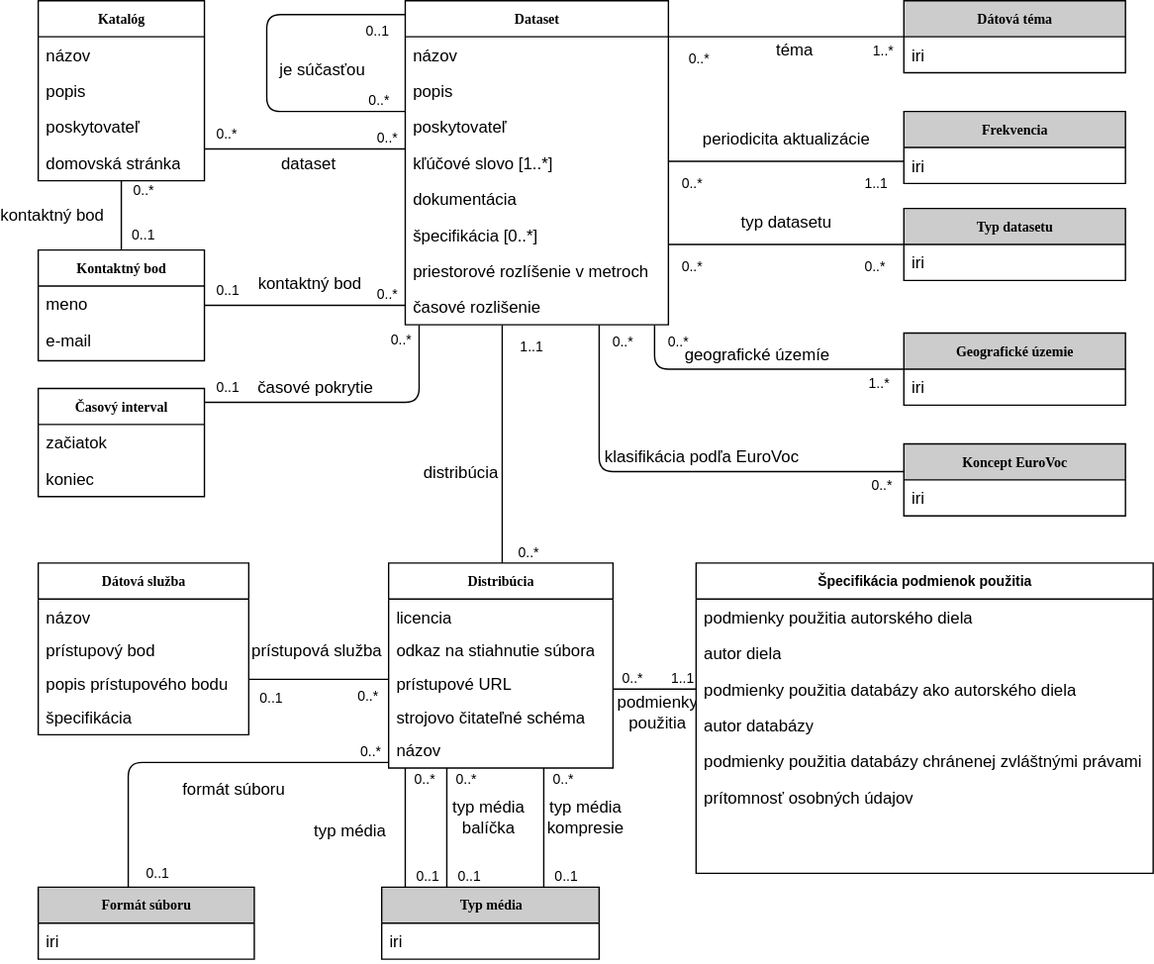
This is dcat-ap-sk-2.0.svg from datova-kancelaria/dcat-ap-sk-2.0, a draw.io export, as it was before one commit. Source tidied: cells renumbered, new cells last; positions are measured from the earlier drawing's top-left corner, leaving out a move shared by most shapes.
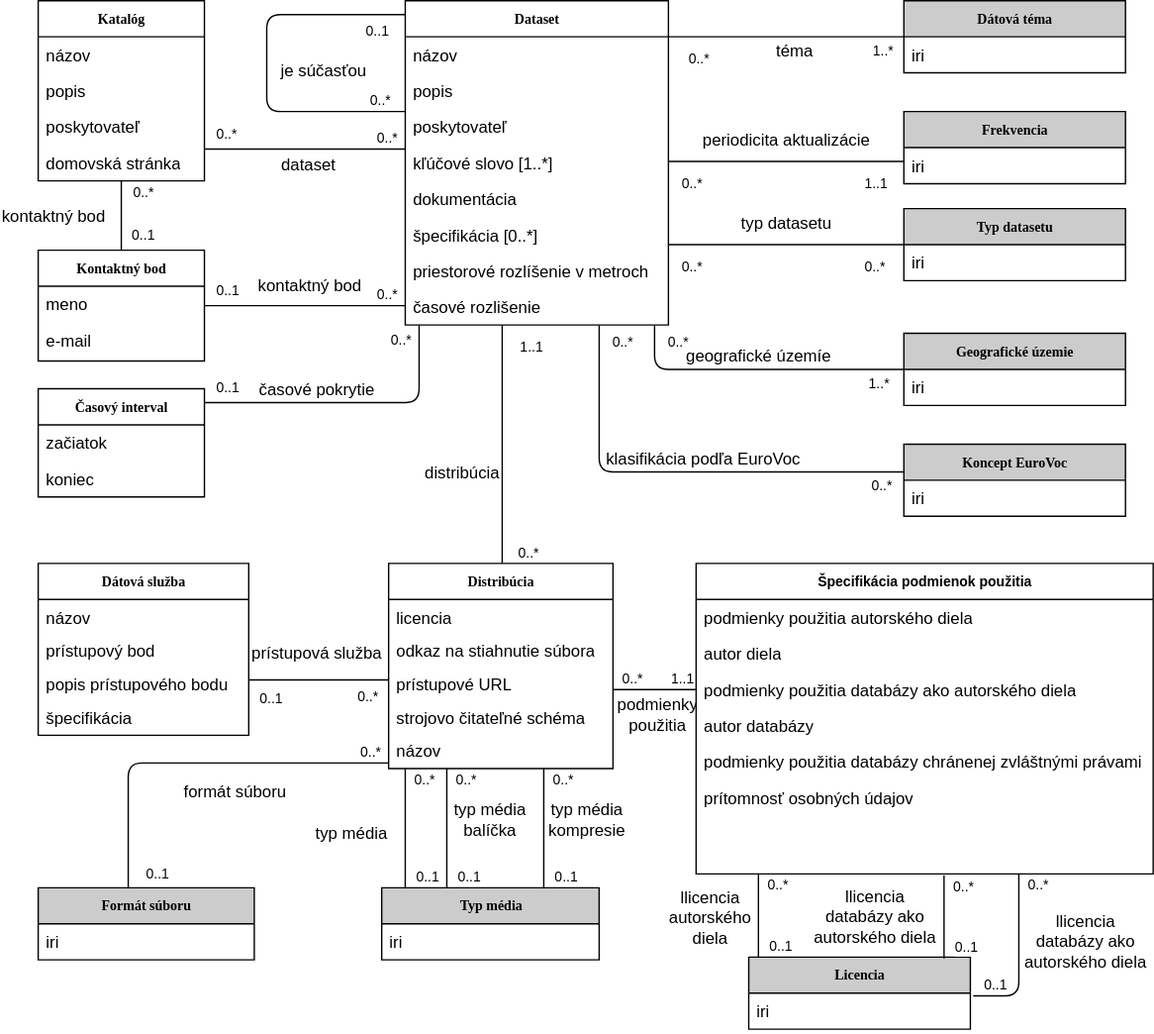
The same diagram one commit later.

Commit message:
Dokoncenie DCAT-AP-SK-2.0.1

The edit, as a diff of the source:
```diff
@@ -575,5 +575,115 @@
         <mxPoint x="-17" y="-13" as="offset" />
       </mxGeometry>
     </mxCell>
+    <mxCell id="129" value="&lt;b&gt;Licencia&lt;/b&gt;" style="swimlane;html=1;fontStyle=0;horizontal=1;startSize=26;fillColor=#CCCCCC;swimlaneFillColor=#ffffff;rounded=0;shadow=0;comic=0;labelBackgroundColor=none;strokeColor=#000000;strokeWidth=1;fontFamily=Verdana;fontSize=10;fontColor=#000000;align=center;" parent="1" vertex="1">
+      <mxGeometry x="513" y="690" width="160" height="52" as="geometry" />
+    </mxCell>
+    <mxCell id="130" value="iri" style="text;html=1;strokeColor=none;fillColor=none;align=left;verticalAlign=top;spacingLeft=4;spacingRight=4;whiteSpace=wrap;overflow=hidden;" parent="129" vertex="1">
+      <mxGeometry y="26" width="160" height="26" as="geometry" />
+    </mxCell>
+    <mxCell id="131" style="endArrow=none;html=1;edgeStyle=orthogonalEdgeStyle;strokeColor=#000000;endSize=5;" parent="1" edge="1">
+      <mxGeometry relative="1" as="geometry">
+        <mxPoint x="520" y="630" as="sourcePoint" />
+        <mxPoint x="520" y="690" as="targetPoint" />
+        <Array as="points">
+          <mxPoint x="520" y="660" />
+          <mxPoint x="520" y="660" />
+        </Array>
+      </mxGeometry>
+    </mxCell>
+    <mxCell id="132" value="&lt;font color=&quot;#ff0000&quot;&gt;0..*&lt;/font&gt;" style="html=1;align=left;verticalAlign=bottom;labelBackgroundColor=#ffffff;fontSize=10;" parent="131" vertex="1">
+      <mxGeometry x="-1" relative="1" as="geometry">
+        <mxPoint x="5" y="16" as="offset" />
+      </mxGeometry>
+    </mxCell>
+    <mxCell id="133" value="&lt;font color=&quot;#ff0000&quot;&gt;0..1&lt;/font&gt;" style="html=1;align=right;verticalAlign=bottom;labelBackgroundColor=#ffffff;fontSize=10;" parent="131" vertex="1">
+      <mxGeometry x="1" relative="1" as="geometry">
+        <mxPoint x="25" as="offset" />
+      </mxGeometry>
+    </mxCell>
+    <mxCell id="134" value="llicencia &lt;br&gt;autorského &lt;br&gt;diela" style="text;html=1;align=center;verticalAlign=middle;labelBackgroundColor=#ffffff;fontColor=#000000;" parent="131" vertex="1">
+      <mxGeometry x="-0.19" y="-3" relative="1" as="geometry">
+        <mxPoint x="-33" y="7" as="offset" />
+      </mxGeometry>
+    </mxCell>
+    <mxCell id="135" value="&lt;font&gt;0..*&lt;/font&gt;" style="html=1;align=left;verticalAlign=bottom;labelBackgroundColor=#ffffff;fontSize=10;fontColor=#000000;" parent="131" vertex="1">
+      <mxGeometry x="-1" relative="1" as="geometry">
+        <mxPoint x="5" y="16" as="offset" />
+      </mxGeometry>
+    </mxCell>
+    <mxCell id="136" value="&lt;font&gt;0..1&lt;/font&gt;" style="html=1;align=right;verticalAlign=bottom;labelBackgroundColor=#ffffff;fontSize=10;fontColor=#000000;" parent="131" vertex="1">
+      <mxGeometry x="1" relative="1" as="geometry">
+        <mxPoint x="25" as="offset" />
+      </mxGeometry>
+    </mxCell>
+    <mxCell id="137" style="endArrow=none;html=1;edgeStyle=orthogonalEdgeStyle;strokeColor=#000000;endSize=5;" parent="1" edge="1">
+      <mxGeometry relative="1" as="geometry">
+        <mxPoint x="654" y="631" as="sourcePoint" />
+        <mxPoint x="654" y="691" as="targetPoint" />
+        <Array as="points">
+          <mxPoint x="654" y="661" />
+          <mxPoint x="654" y="661" />
+        </Array>
+      </mxGeometry>
+    </mxCell>
+    <mxCell id="138" value="&lt;font color=&quot;#ff0000&quot;&gt;0..*&lt;/font&gt;" style="html=1;align=left;verticalAlign=bottom;labelBackgroundColor=#ffffff;fontSize=10;" parent="137" vertex="1">
+      <mxGeometry x="-1" relative="1" as="geometry">
+        <mxPoint x="5" y="16" as="offset" />
+      </mxGeometry>
+    </mxCell>
+    <mxCell id="139" value="&lt;font color=&quot;#ff0000&quot;&gt;0..1&lt;/font&gt;" style="html=1;align=right;verticalAlign=bottom;labelBackgroundColor=#ffffff;fontSize=10;" parent="137" vertex="1">
+      <mxGeometry x="1" relative="1" as="geometry">
+        <mxPoint x="25" as="offset" />
+      </mxGeometry>
+    </mxCell>
+    <mxCell id="140" value="llicencia &lt;br&gt;databázy ako&lt;br&gt;autorského diela" style="text;html=1;align=center;verticalAlign=middle;labelBackgroundColor=#ffffff;fontColor=#000000;" parent="137" vertex="1">
+      <mxGeometry x="-0.19" y="-3" relative="1" as="geometry">
+        <mxPoint x="-48" y="5" as="offset" />
+      </mxGeometry>
+    </mxCell>
+    <mxCell id="141" value="&lt;font&gt;0..*&lt;/font&gt;" style="html=1;align=left;verticalAlign=bottom;labelBackgroundColor=#ffffff;fontSize=10;fontColor=#000000;" parent="137" vertex="1">
+      <mxGeometry x="-1" relative="1" as="geometry">
+        <mxPoint x="5" y="16" as="offset" />
+      </mxGeometry>
+    </mxCell>
+    <mxCell id="142" value="&lt;font&gt;0..1&lt;/font&gt;" style="html=1;align=right;verticalAlign=bottom;labelBackgroundColor=#ffffff;fontSize=10;fontColor=#000000;" parent="137" vertex="1">
+      <mxGeometry x="1" relative="1" as="geometry">
+        <mxPoint x="25" as="offset" />
+      </mxGeometry>
+    </mxCell>
+    <mxCell id="143" style="endArrow=none;html=1;edgeStyle=orthogonalEdgeStyle;strokeColor=#000000;endSize=5;" parent="1" edge="1">
+      <mxGeometry relative="1" as="geometry">
+        <mxPoint x="708" y="630" as="sourcePoint" />
+        <mxPoint x="675" y="718" as="targetPoint" />
+        <Array as="points">
+          <mxPoint x="708" y="718" />
+        </Array>
+      </mxGeometry>
+    </mxCell>
+    <mxCell id="144" value="&lt;font color=&quot;#ff0000&quot;&gt;0..*&lt;/font&gt;" style="html=1;align=left;verticalAlign=bottom;labelBackgroundColor=#ffffff;fontSize=10;" parent="143" vertex="1">
+      <mxGeometry x="-1" relative="1" as="geometry">
+        <mxPoint x="5" y="16" as="offset" />
+      </mxGeometry>
+    </mxCell>
+    <mxCell id="145" value="&lt;font color=&quot;#ff0000&quot;&gt;0..1&lt;/font&gt;" style="html=1;align=right;verticalAlign=bottom;labelBackgroundColor=#ffffff;fontSize=10;" parent="143" vertex="1">
+      <mxGeometry x="1" relative="1" as="geometry">
+        <mxPoint x="25" as="offset" />
+      </mxGeometry>
+    </mxCell>
+    <mxCell id="146" value="llicencia &lt;br&gt;databázy ako&lt;br&gt;autorského diela" style="text;html=1;align=center;verticalAlign=middle;labelBackgroundColor=#ffffff;fontColor=#000000;" parent="143" vertex="1">
+      <mxGeometry x="-0.19" y="-3" relative="1" as="geometry">
+        <mxPoint x="50" y="-1" as="offset" />
+      </mxGeometry>
+    </mxCell>
+    <mxCell id="147" value="&lt;font&gt;0..*&lt;/font&gt;" style="html=1;align=left;verticalAlign=bottom;labelBackgroundColor=#ffffff;fontSize=10;fontColor=#000000;" parent="143" vertex="1">
+      <mxGeometry x="-1" relative="1" as="geometry">
+        <mxPoint x="5" y="16" as="offset" />
+      </mxGeometry>
+    </mxCell>
+    <mxCell id="148" value="&lt;font&gt;0..1&lt;/font&gt;" style="html=1;align=right;verticalAlign=bottom;labelBackgroundColor=#ffffff;fontSize=10;fontColor=#000000;" parent="143" vertex="1">
+      <mxGeometry x="1" relative="1" as="geometry">
+        <mxPoint x="25" as="offset" />
+      </mxGeometry>
+    </mxCell>
   </root>
 </mxGraphModel>
```
